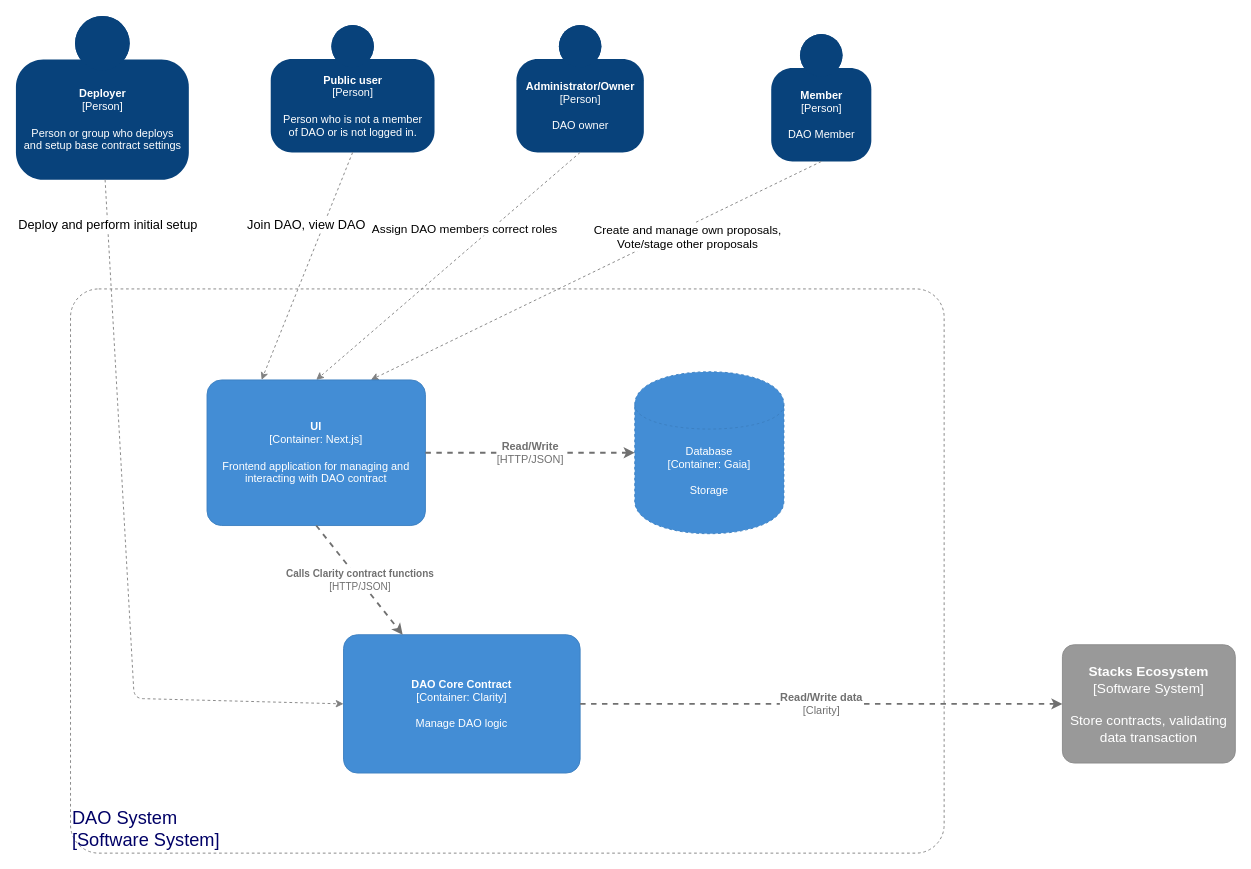
This is docs/DAO-1.2-layer2.drawio from syvita/daoos, a draw.io file, before an edit. Source tidied: cells renumbered, new cells numbered last; positions are measured from the earlier drawing's top-left corner, leaving out a move shared by most shapes. Both pictures are drawn from the tidied source at 91%, with x=0, y=0 at pixel (15, 15).
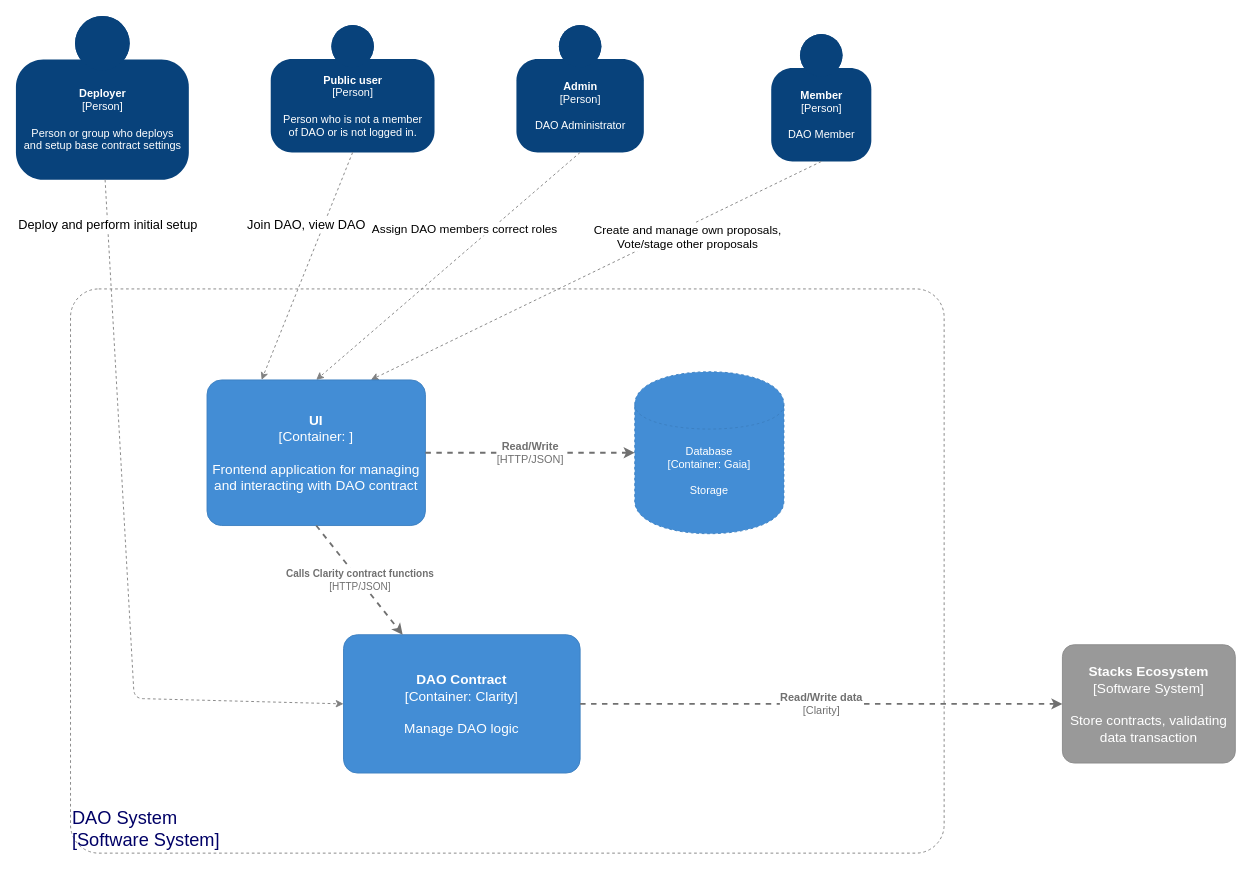
The same diagram, later.

What changed in the source:
```diff
@@
-    <object id="4" label="&lt;b&gt;%c4Name%&lt;/b&gt;&lt;div&gt;[%c4Type%]&lt;/div&gt;&lt;br&gt;&lt;div&gt;%c4Description%&lt;/div&gt;" c4Description="DAO owner" c4Name="Administrator/Owner" c4Type="Person" placeholders="1">
+    <object id="4" label="&lt;b&gt;%c4Name%&lt;/b&gt;&lt;div&gt;[%c4Type%]&lt;/div&gt;&lt;br&gt;&lt;div&gt;%c4Description%&lt;/div&gt;" c4Description="DAO Administrator" c4Name="Admin" c4Type="Person" placeholders="1">
       <mxCell style="html=1;dashed=0;whitespace=wrap;fillColor=#08427b;strokeColor=none;fontColor=#ffffff;shape=mxgraph.c4.person;align=center;points=[[0.5,0,0],[1,0.5,0],[1,0.75,0],[0.75,1,0],[0.5,1,0],[0.25,1,0],[0,0.75,0],[0,0.5,0]];metaData={&quot;c4Type&quot;:{&quot;editable&quot;:false}};" parent="1" vertex="1">
         <mxGeometry x="550" y="10" width="140" height="140" as="geometry" />
       </mxCell>
     </object>
@@
-    <object id="14" label="&lt;b&gt;%c4Name%&lt;/b&gt;&lt;div&gt;[%c4Type%: %c4Technology%]&lt;/div&gt;&lt;br&gt;&lt;div&gt;%c4Description%&lt;/div&gt;" c4Description="Frontend application for managing and interacting with DAO contract" c4Name="UI" c4Technology="Next.js" c4Type="Container" placeholders="1">
-      <mxCell style="rounded=1;whiteSpace=wrap;html=1;labelBackgroundColor=none;fillColor=#438DD5;fontColor=#ffffff;align=center;arcSize=10;strokeColor=#3C7FC0;metaData={&quot;c4Type&quot;:{&quot;editable&quot;:false}};points=[[0.25,0,0],[0.5,0,0],[0.75,0,0],[1,0.25,0],[1,0.5,0],[1,0.75,0],[0.75,1,0],[0.5,1,0],[0.25,1,0],[0,0.75,0],[0,0.5,0],[0,0.25,0]];" parent="1" vertex="1">
+    <object id="14" label="&lt;b style=&quot;font-size: 15px;&quot;&gt;%c4Name%&lt;/b&gt;&lt;div style=&quot;font-size: 15px;&quot;&gt;[%c4Type%: %c4Technology%]&lt;/div&gt;&lt;br style=&quot;font-size: 15px;&quot;&gt;&lt;div style=&quot;font-size: 15px;&quot;&gt;%c4Description%&lt;/div&gt;" c4Description="Frontend application for managing and interacting with DAO contract" c4Name="UI" c4Technology="" c4Type="Container" placeholders="1">
+      <mxCell style="rounded=1;whiteSpace=wrap;html=1;labelBackgroundColor=none;fillColor=#438DD5;fontColor=#ffffff;align=center;arcSize=10;strokeColor=#3C7FC0;metaData={&quot;c4Type&quot;:{&quot;editable&quot;:false}};points=[[0.25,0,0],[0.5,0,0],[0.75,0,0],[1,0.25,0],[1,0.5,0],[1,0.75,0],[0.75,1,0],[0.5,1,0],[0.25,1,0],[0,0.75,0],[0,0.5,0],[0,0.25,0]];fontSize=15;" parent="1" vertex="1">
         <mxGeometry x="210" y="400" width="240" height="160" as="geometry" />
       </mxCell>
     </object>
-    <object id="15" label="&lt;b&gt;%c4Name%&lt;/b&gt;&lt;div&gt;[%c4Type%: %c4Technology%]&lt;/div&gt;&lt;br&gt;&lt;div&gt;%c4Description%&lt;/div&gt;" c4Description="Manage DAO logic" c4Name="DAO Core Contract" c4Technology="Clarity" c4Type="Container" placeholders="1">
-      <mxCell style="rounded=1;whiteSpace=wrap;html=1;labelBackgroundColor=none;fillColor=#438DD5;fontColor=#ffffff;align=center;arcSize=10;strokeColor=#3C7FC0;metaData={&quot;c4Type&quot;:{&quot;editable&quot;:false}};points=[[0.25,0,0],[0.5,0,0],[0.75,0,0],[1,0.25,0],[1,0.5,0],[1,0.75,0],[0.75,1,0],[0.5,1,0],[0.25,1,0],[0,0.75,0],[0,0.5,0],[0,0.25,0]];" parent="1" vertex="1">
+    <object id="15" label="&lt;b style=&quot;font-size: 15px;&quot;&gt;%c4Name%&lt;/b&gt;&lt;div style=&quot;font-size: 15px;&quot;&gt;[%c4Type%: %c4Technology%]&lt;/div&gt;&lt;br style=&quot;font-size: 15px;&quot;&gt;&lt;div style=&quot;font-size: 15px;&quot;&gt;%c4Description%&lt;/div&gt;" c4Description="Manage DAO logic" c4Name="DAO Contract" c4Technology="Clarity" c4Type="Container" placeholders="1">
+      <mxCell style="rounded=1;whiteSpace=wrap;html=1;labelBackgroundColor=none;fillColor=#438DD5;fontColor=#ffffff;align=center;arcSize=10;strokeColor=#3C7FC0;metaData={&quot;c4Type&quot;:{&quot;editable&quot;:false}};points=[[0.25,0,0],[0.5,0,0],[0.75,0,0],[1,0.25,0],[1,0.5,0],[1,0.75,0],[0.75,1,0],[0.5,1,0],[0.25,1,0],[0,0.75,0],[0,0.5,0],[0,0.25,0]];fontSize=15;" parent="1" vertex="1">
         <mxGeometry x="360" y="680" width="260" height="152" as="geometry" />
       </mxCell>
     </object>
```
